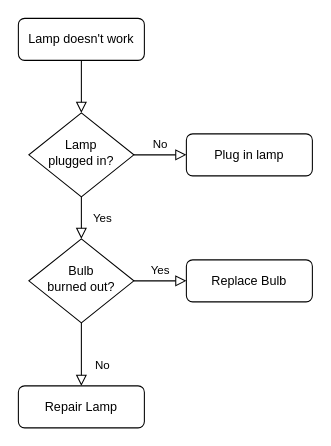
The draw.io diagram FDC-实时数据.drawio in siyawu/draw, before the edit. Source tidied: cells renumbered, new cells numbered last; positions are measured from the earlier drawing's top-left corner, leaving out a move shared by most shapes. Both pictures are drawn from the tidied source at 105%, with x=0, y=0 at pixel (18, 18).
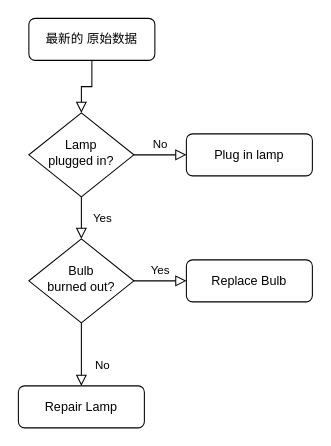
Above is the later version.

Commit message:
更新FDC-实时数据.drawio

Change to the diagram source:
```diff
@@
 <mxGraphModel>
   <root>
     <mxCell id="0" />
     <mxCell id="1" parent="0" />
     <mxCell id="2" style="rounded=0;html=1;jettySize=auto;fontSize=11;endArrow=block;endFill=0;endSize=8;strokeWidth=1;shadow=0;labelBackgroundColor=none;edgeStyle=orthogonalEdgeStyle;" parent="1" edge="1" source="3" target="6">
       <mxGeometry relative="1" as="geometry" />
     </mxCell>
-    <mxCell id="3" value="Lamp doesn't work" style="rounded=1;whiteSpace=wrap;html=1;fontSize=12;glass=0;strokeWidth=1;shadow=0;" parent="1" vertex="1">
-      <mxGeometry width="120" height="40" as="geometry" />
+    <mxCell id="3" value="最新的 原始数据" style="rounded=1;whiteSpace=wrap;html=1;fontSize=12;glass=0;strokeWidth=1;shadow=0;" parent="1" vertex="1">
+      <mxGeometry x="10" width="120" height="40" as="geometry" />
     </mxCell>
     <mxCell id="4" value="Yes" style="rounded=0;html=1;jettySize=auto;fontSize=11;endArrow=block;endFill=0;endSize=8;strokeWidth=1;shadow=0;labelBackgroundColor=none;edgeStyle=orthogonalEdgeStyle;" parent="1" edge="1" source="6" target="10">
       <mxGeometry y="20" relative="1" as="geometry" />
     </mxCell>
     <mxCell id="5" value="No" style="edgeStyle=orthogonalEdgeStyle;rounded=0;html=1;jettySize=auto;fontSize=11;endArrow=block;endFill=0;endSize=8;strokeWidth=1;shadow=0;labelBackgroundColor=none;" parent="1" edge="1" source="6" target="7">
       <mxGeometry y="10" relative="1" as="geometry" />
     </mxCell>
     <mxCell id="6" value="Lamp&lt;br&gt;plugged in?" style="rhombus;whiteSpace=wrap;html=1;shadow=0;fontFamily=Helvetica;fontSize=12;align=center;strokeWidth=1;spacing=6;spacingTop=-4;" parent="1" vertex="1">
       <mxGeometry x="10" y="90" width="100" height="80" as="geometry" />
     </mxCell>
     <mxCell id="7" value="Plug in lamp" style="rounded=1;whiteSpace=wrap;html=1;fontSize=12;glass=0;strokeWidth=1;shadow=0;" parent="1" vertex="1">
       <mxGeometry x="160" y="110" width="120" height="40" as="geometry" />
     </mxCell>
     <mxCell id="8" value="No" style="rounded=0;html=1;jettySize=auto;fontSize=11;endArrow=block;endFill=0;endSize=8;strokeWidth=1;shadow=0;labelBackgroundColor=none;edgeStyle=orthogonalEdgeStyle;" parent="1" edge="1" source="10" target="11">
       <mxGeometry x="0.33" y="20" relative="1" as="geometry" />
     </mxCell>
     <mxCell id="9" value="Yes" style="edgeStyle=orthogonalEdgeStyle;rounded=0;html=1;jettySize=auto;fontSize=11;endArrow=block;endFill=0;endSize=8;strokeWidth=1;shadow=0;labelBackgroundColor=none;" parent="1" edge="1" source="10" target="12">
       <mxGeometry y="10" relative="1" as="geometry" />
     </mxCell>
     <mxCell id="10" value="Bulb&lt;br&gt;burned out?" style="rhombus;whiteSpace=wrap;html=1;shadow=0;fontFamily=Helvetica;fontSize=12;align=center;strokeWidth=1;spacing=6;spacingTop=-4;" parent="1" vertex="1">
       <mxGeometry x="10" y="210" width="100" height="80" as="geometry" />
     </mxCell>
     <mxCell id="11" value="Repair Lamp" style="rounded=1;whiteSpace=wrap;html=1;fontSize=12;glass=0;strokeWidth=1;shadow=0;" parent="1" vertex="1">
       <mxGeometry y="350" width="120" height="40" as="geometry" />
     </mxCell>
     <mxCell id="12" value="Replace Bulb" style="rounded=1;whiteSpace=wrap;html=1;fontSize=12;glass=0;strokeWidth=1;shadow=0;" parent="1" vertex="1">
       <mxGeometry x="160" y="230" width="120" height="40" as="geometry" />
     </mxCell>
   </root>
 </mxGraphModel>
```
